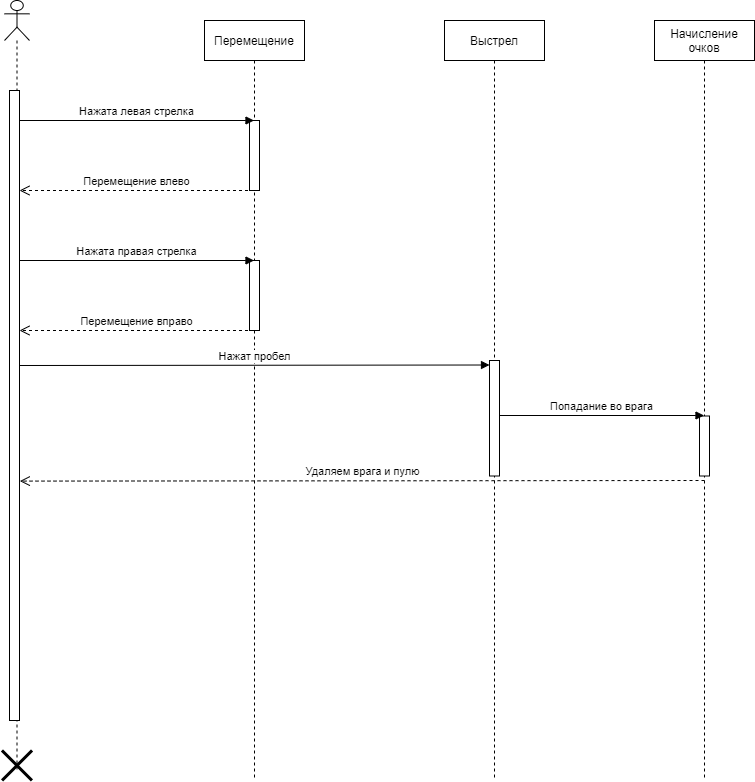
postavtezachet/TRIPTO2 keeps this draw.io diagram as posled_diagr/Move_and_shoot.png. Above is the earlier version. Source tidied: cells renumbered, new cells last; positions are measured from the earlier drawing's top-left corner, leaving out a move shared by most shapes.
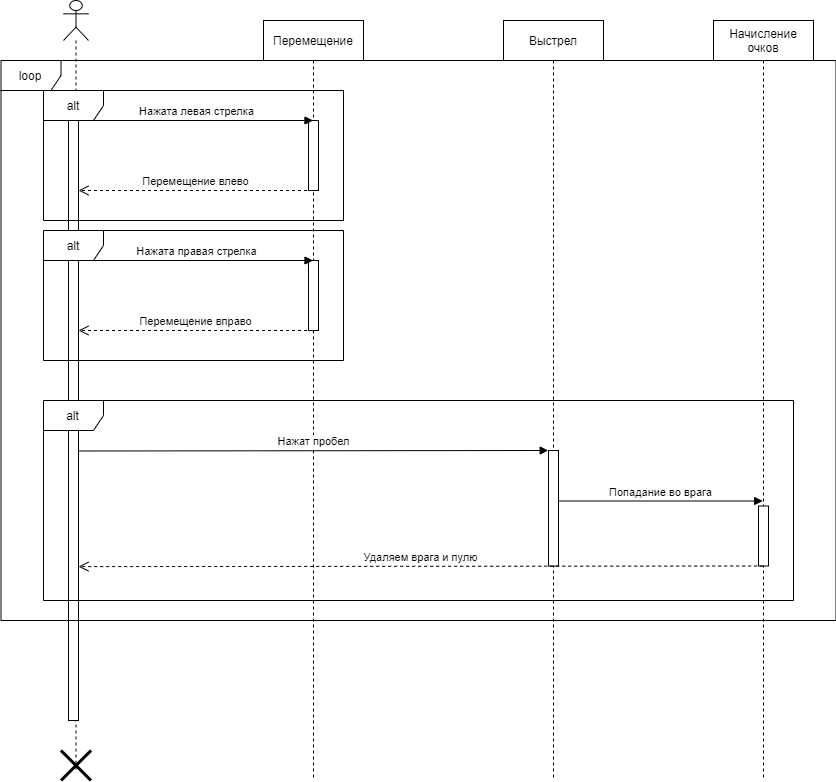
The same file after the commit.

The edit, as a diff of the source:
```diff
@@ -46,30 +46,43 @@
       <mxGeometry x="442" y="20" width="100" height="760" as="geometry" />
     </mxCell>
     <mxCell id="13" style="html=1;perimeter=orthogonalPerimeter;" parent="12" vertex="1">
-      <mxGeometry x="45" y="340" width="10" height="115.5" as="geometry" />
+      <mxGeometry x="45" y="430" width="10" height="115.5" as="geometry" />
     </mxCell>
     <mxCell id="14" value="Нажат пробел" style="html=1;verticalAlign=bottom;endArrow=block;" parent="1" edge="1">
       <mxGeometry relative="1" as="geometry">
-        <mxPoint x="17.5" y="365" as="sourcePoint" />
-        <mxPoint x="487" y="364.5" as="targetPoint" />
+        <mxPoint x="17.2" y="450.5" as="sourcePoint" />
+        <mxPoint x="486.7" y="450" as="targetPoint" />
       </mxGeometry>
     </mxCell>
     <mxCell id="15" value="Начисление очков" style="shape=umlLifeline;perimeter=lifelinePerimeter;whiteSpace=wrap;html=1;" parent="1" vertex="1">
       <mxGeometry x="652" y="20" width="100" height="760" as="geometry" />
     </mxCell>
     <mxCell id="16" style="html=1;perimeter=orthogonalPerimeter;" parent="15" vertex="1">
-      <mxGeometry x="45" y="395.5" width="10" height="60" as="geometry" />
+      <mxGeometry x="45" y="485.5" width="10" height="60" as="geometry" />
     </mxCell>
     <mxCell id="17" value="Попадание во врага" style="html=1;verticalAlign=bottom;endArrow=block;" parent="1" edge="1">
       <mxGeometry relative="1" as="geometry">
-        <mxPoint x="497" y="415" as="sourcePoint" />
-        <mxPoint x="701.5" y="415" as="targetPoint" />
+        <mxPoint x="496.7" y="500.5" as="sourcePoint" />
+        <mxPoint x="701.2" y="500.5" as="targetPoint" />
       </mxGeometry>
     </mxCell>
-    <mxCell id="18" value="Удаляем врага и пулю" style="html=1;verticalAlign=bottom;endArrow=open;dashed=1;endSize=8;entryX=1.032;entryY=0.62;entryDx=0;entryDy=0;entryPerimeter=0;" parent="1" edge="1" target="4">
+    <mxCell id="18" value="Удаляем врага и пулю" style="html=1;verticalAlign=bottom;endArrow=open;dashed=1;endSize=8;entryX=1.032;entryY=0.62;entryDx=0;entryDy=0;entryPerimeter=0;" parent="1" edge="1">
       <mxGeometry relative="1" as="geometry">
-        <mxPoint x="702" y="480" as="sourcePoint" />
+        <mxPoint x="701.7" y="565.5" as="sourcePoint" />
+        <mxPoint x="17" y="566.1" as="targetPoint" />
       </mxGeometry>
     </mxCell>
+    <mxCell id="19" value="alt" style="shape=umlFrame;whiteSpace=wrap;html=1;" parent="1" vertex="1">
+      <mxGeometry x="-18" y="90" width="300" height="130" as="geometry" />
+    </mxCell>
+    <mxCell id="20" value="alt" style="shape=umlFrame;whiteSpace=wrap;html=1;" parent="1" vertex="1">
+      <mxGeometry x="-18" y="230" width="300" height="130" as="geometry" />
+    </mxCell>
+    <mxCell id="21" value="alt" style="shape=umlFrame;whiteSpace=wrap;html=1;" parent="1" vertex="1">
+      <mxGeometry x="-18" y="400" width="750" height="200" as="geometry" />
+    </mxCell>
+    <mxCell id="22" value="loop" style="shape=umlFrame;whiteSpace=wrap;html=1;" parent="1" vertex="1">
+      <mxGeometry x="-60.5" y="60" width="835" height="560" as="geometry" />
+    </mxCell>
   </root>
 </mxGraphModel>
```
